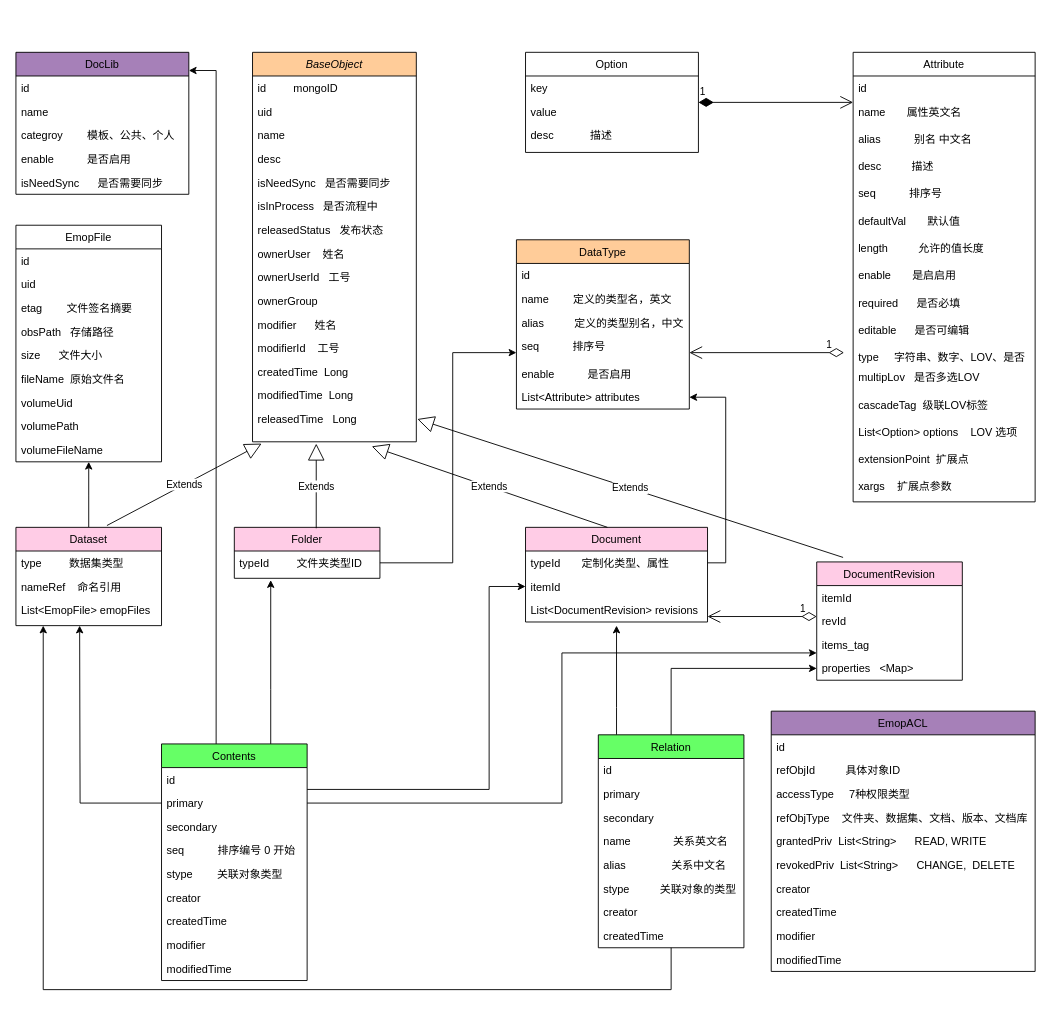
lvmq/emop keeps this draw.io diagram as doc.drawio. Above is the earlier version. Source tidied: cells renumbered, new cells numbered last; positions are measured from the earlier drawing's top-left corner, leaving out a move shared by most shapes. Both pictures are drawn from the tidied source at 91%, with x=0, y=0 at pixel (15, 52).
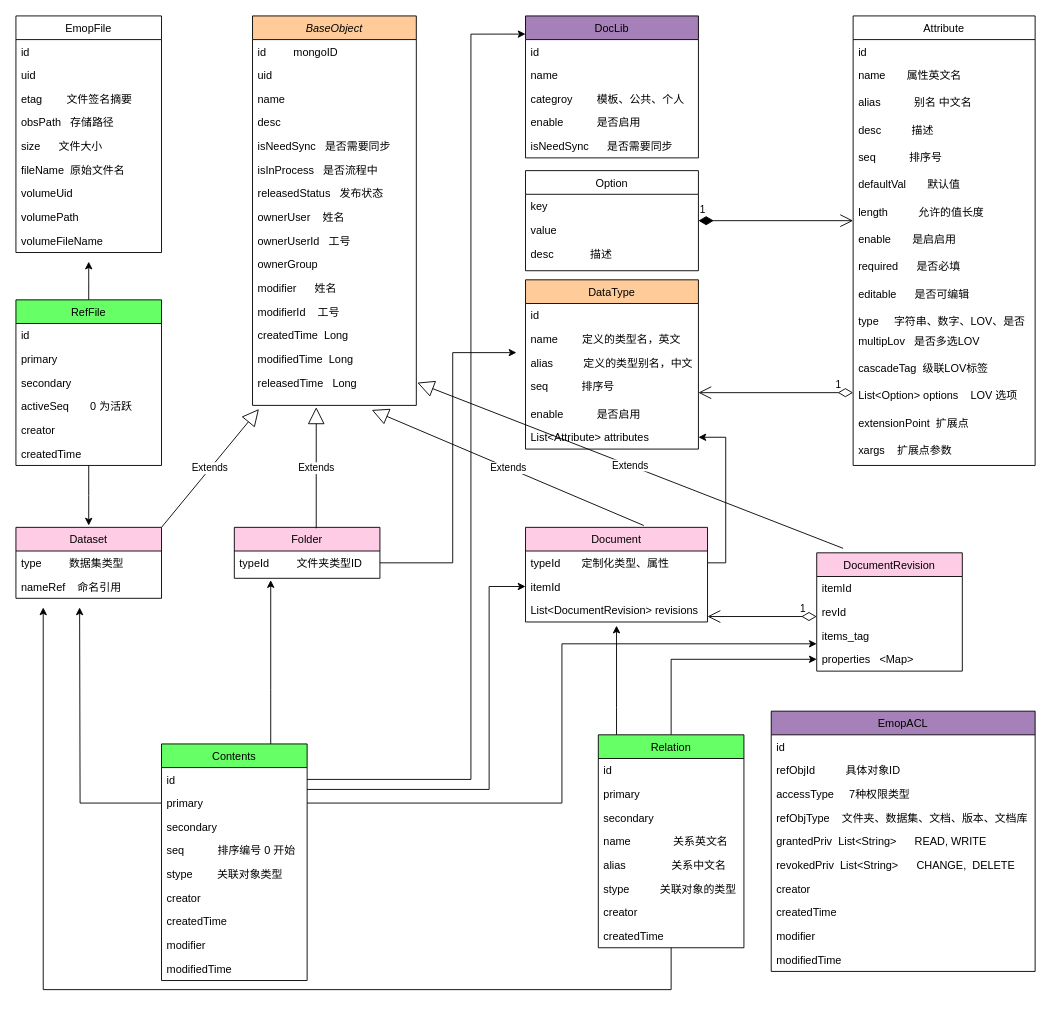
After the change.

Commit message:
add ref file relation

Unchanged cells that the change refers to:
```xml
<mxCell id="17" value="releasedTime   Long" style="text;align=left;verticalAlign=top;spacingLeft=4;spacingRight=4;overflow=hidden;points=[[0,0.5],[1,0.5]];portConstraint=eastwest;rounded=0;shadow=0;html=0;" parent="2" vertex="1">
  <mxGeometry y="390" width="180" height="38" as="geometry" />
</mxCell>
<mxCell id="46" value="Contents" style="swimlane;fontStyle=0;align=center;verticalAlign=top;horizontal=1;startSize=26;rounded=0;shadow=0;strokeWidth=1;fillColor=#66FF66;" parent="1" vertex="1">
  <mxGeometry x="160" y="760" width="160" height="260" as="geometry" />
</mxCell>
<mxCell id="47" value="id" style="text;align=left;verticalAlign=top;spacingLeft=4;spacingRight=4;overflow=hidden;points=[[0,0.5],[1,0.5]];portConstraint=eastwest;" parent="46" vertex="1">
  <mxGeometry y="26" width="160" height="26" as="geometry" />
</mxCell>
<mxCell id="48" value="primary" style="text;align=left;verticalAlign=top;spacingLeft=4;spacingRight=4;overflow=hidden;points=[[0,0.5],[1,0.5]];portConstraint=eastwest;" parent="46" vertex="1">
  <mxGeometry y="52" width="160" height="26" as="geometry" />
</mxCell>
<mxCell id="66" value="createdTime" style="text;align=left;verticalAlign=top;spacingLeft=4;spacingRight=4;overflow=hidden;points=[[0,0.5],[1,0.5]];portConstraint=eastwest;" parent="58" vertex="1">
  <mxGeometry y="208" width="160" height="26" as="geometry" />
</mxCell>
```

Diff of the diagram source:
```diff
@@
     <mxCell id="2" value="BaseObject&#10;" style="swimlane;fontStyle=2;align=center;verticalAlign=top;horizontal=1;startSize=26;rounded=0;shadow=0;strokeWidth=1;fillColor=#FFCC99;" parent="1" vertex="1">
-      <mxGeometry x="260" width="180" height="428" as="geometry" />
+      <mxGeometry x="260" y="-40" width="180" height="428" as="geometry" />
     </mxCell>
@@
-    <mxCell id="18" style="edgeStyle=orthogonalEdgeStyle;rounded=0;jettySize=auto;html=1;" parent="1" edge="1" source="19">
-      <mxGeometry relative="1" as="geometry">
-        <mxPoint x="80" y="450" as="targetPoint" />
-      </mxGeometry>
-    </mxCell>
     <mxCell id="19" value="Dataset&#10;" style="swimlane;fontStyle=0;align=center;verticalAlign=top;horizontal=1;startSize=26;rounded=0;shadow=0;strokeWidth=1;fillColor=#FFCCE6;" parent="1" vertex="1">
-      <mxGeometry y="522" width="160" height="108" as="geometry" />
+      <mxGeometry y="522" width="160" height="78" as="geometry" />
     </mxCell>
@@
-    <mxCell id="22" value="List&lt;EmopFile&gt; emopFiles" style="text;align=left;verticalAlign=top;spacingLeft=4;spacingRight=4;overflow=hidden;" parent="19" vertex="1">
-      <mxGeometry y="78" width="160" height="26" as="geometry" />
-    </mxCell>
@@
     <mxCell id="29" value="DocumentRevision" style="swimlane;fontStyle=0;align=center;verticalAlign=top;horizontal=1;startSize=26;rounded=0;shadow=0;strokeWidth=1;fillColor=#FFCCE6;" parent="1" vertex="1">
-      <mxGeometry x="880" y="560" width="160" height="130" as="geometry" />
+      <mxGeometry x="880" y="550" width="160" height="130" as="geometry" />
     </mxCell>
@@
     <mxCell id="34" value="EmopFile" style="swimlane;fontStyle=0;align=center;verticalAlign=top;horizontal=1;startSize=26;rounded=0;shadow=0;strokeWidth=1;" parent="1" vertex="1">
-      <mxGeometry y="190" width="160" height="260" as="geometry" />
+      <mxGeometry y="-40" width="160" height="260" as="geometry" />
     </mxCell>
@@
-    <mxCell id="45" style="edgeStyle=orthogonalEdgeStyle;rounded=0;jettySize=auto;html=1;entryX=1;entryY=0.128;entryDx=0;entryDy=0;entryPerimeter=0;" parent="1" edge="1" source="46" target="92">
-      <mxGeometry relative="1" as="geometry">
-        <Array as="points">
-          <mxPoint x="220" y="20" />
-        </Array>
-      </mxGeometry>
-    </mxCell>
@@
     <mxCell id="67" value="DataType" style="swimlane;fontStyle=0;align=center;verticalAlign=top;horizontal=1;startSize=26;rounded=0;shadow=0;strokeWidth=1;fillColor=#FFCC99;" parent="1" vertex="1">
-      <mxGeometry x="550" y="206" width="190" height="186" as="geometry" />
+      <mxGeometry x="560" y="250" width="190" height="186" as="geometry" />
     </mxCell>
@@
     <mxCell id="74" value="Attribute" style="swimlane;fontStyle=0;align=center;verticalAlign=top;horizontal=1;startSize=26;rounded=0;shadow=0;strokeWidth=1;" parent="1" vertex="1">
-      <mxGeometry x="920" width="200" height="494" as="geometry" />
+      <mxGeometry x="920" y="-40" width="200" height="494" as="geometry" />
     </mxCell>
@@
     <mxCell id="91" value="1" style="endArrow=open;html=1;endSize=12;startArrow=diamondThin;startSize=14;startFill=1;edgeStyle=orthogonalEdgeStyle;align=left;verticalAlign=bottom;rounded=0;" parent="1" edge="1">
       <mxGeometry x="-1" y="3" relative="1" as="geometry">
-        <mxPoint x="750" y="55" as="sourcePoint" />
-        <mxPoint x="920" y="55" as="targetPoint" />
+        <mxPoint x="750" y="185" as="sourcePoint" />
+        <mxPoint x="920" y="185" as="targetPoint" />
         <Array as="points">
-          <mxPoint x="910" y="55.5" />
-          <mxPoint x="910" y="55.5" />
+          <mxPoint x="910" y="185.5" />
+          <mxPoint x="910" y="185.5" />
         </Array>
       </mxGeometry>
     </mxCell>
     <mxCell id="92" value="DocLib" style="swimlane;fontStyle=0;align=center;verticalAlign=top;horizontal=1;startSize=26;rounded=0;shadow=0;strokeWidth=1;fillColor=#A680B8;" parent="1" vertex="1">
-      <mxGeometry width="190" height="156" as="geometry" />
+      <mxGeometry x="560" y="-40" width="190" height="156" as="geometry" />
     </mxCell>
@@
     <mxCell id="98" value="Option" style="swimlane;fontStyle=0;align=center;verticalAlign=top;horizontal=1;startSize=26;rounded=0;shadow=0;strokeWidth=1;" parent="1" vertex="1">
-      <mxGeometry x="560" width="190" height="110" as="geometry" />
+      <mxGeometry x="560" y="130" width="190" height="110" as="geometry" />
     </mxCell>
@@
     <mxCell id="102" value="1" style="endArrow=open;html=1;endSize=12;startArrow=diamondThin;startSize=14;startFill=0;edgeStyle=orthogonalEdgeStyle;align=left;verticalAlign=bottom;rounded=0;" parent="1" edge="1">
       <mxGeometry x="-0.75" relative="1" as="geometry">
-        <mxPoint x="910" y="330" as="sourcePoint" />
-        <mxPoint x="740" y="330" as="targetPoint" />
+        <mxPoint x="920" y="374" as="sourcePoint" />
+        <mxPoint x="750" y="374" as="targetPoint" />
       </mxGeometry>
     </mxCell>
     <mxCell id="103" style="edgeStyle=orthogonalEdgeStyle;rounded=0;jettySize=auto;html=1;" parent="1" edge="1" source="48">
       <mxGeometry relative="1" as="geometry">
-        <mxPoint x="70" y="630" as="targetPoint" />
+        <mxPoint x="70" y="610" as="targetPoint" />
       </mxGeometry>
     </mxCell>
@@
     <mxCell id="107" style="edgeStyle=orthogonalEdgeStyle;rounded=0;jettySize=auto;html=1;" parent="1" edge="1" source="66">
       <mxGeometry relative="1" as="geometry">
-        <mxPoint x="30" y="630" as="targetPoint" />
+        <mxPoint x="30" y="610" as="targetPoint" />
         <Array as="points">
           <mxPoint x="720" y="1030" />
           <mxPoint x="30" y="1030" />
         </Array>
       </mxGeometry>
     </mxCell>
-    <mxCell id="108" value="Extends" style="endArrow=block;endSize=16;endFill=0;html=1;rounded=0;" parent="1" edge="1">
-      <mxGeometry relative="1" as="geometry">
-        <mxPoint x="100" y="520" as="sourcePoint" />
-        <mxPoint x="270" y="430" as="targetPoint" />
-      </mxGeometry>
+    <mxCell id="108" value="Extends" style="endArrow=block;endSize=16;endFill=0;html=1;rounded=0;entryX=0.039;entryY=1.105;entryDx=0;entryDy=0;entryPerimeter=0;exitX=1;exitY=0;exitDx=0;exitDy=0;" parent="1" edge="1" source="19" target="17">
+      <mxGeometry relative="1" as="geometry" />
     </mxCell>
@@
     <mxCell id="110" value="Extends" style="endArrow=block;endSize=16;endFill=0;html=1;rounded=0;entryX=0.728;entryY=1.132;entryDx=0;entryDy=0;entryPerimeter=0;" parent="1" edge="1" target="17">
       <mxGeometry relative="1" as="geometry">
-        <mxPoint x="650" y="522" as="sourcePoint" />
+        <mxPoint x="690" y="520" as="sourcePoint" />
       </mxGeometry>
     </mxCell>
@@
+    <mxCell id="125" style="edgeStyle=orthogonalEdgeStyle;rounded=0;jettySize=auto;html=1;" parent="1" edge="1" source="127">
+      <mxGeometry relative="1" as="geometry">
+        <mxPoint x="80" y="520" as="targetPoint" />
+      </mxGeometry>
+    </mxCell>
+    <mxCell id="126" style="edgeStyle=orthogonalEdgeStyle;rounded=0;jettySize=auto;html=1;" parent="1" edge="1" source="127">
+      <mxGeometry relative="1" as="geometry">
+        <mxPoint x="80" y="230" as="targetPoint" />
+      </mxGeometry>
+    </mxCell>
+    <mxCell id="127" value="RefFile" style="swimlane;fontStyle=0;align=center;verticalAlign=top;horizontal=1;startSize=26;rounded=0;shadow=0;strokeWidth=1;fillColor=#66FF66;" parent="1" vertex="1">
+      <mxGeometry y="272" width="160" height="182" as="geometry" />
+    </mxCell>
+    <mxCell id="128" value="id" style="text;align=left;verticalAlign=top;spacingLeft=4;spacingRight=4;overflow=hidden;" parent="127" vertex="1">
+      <mxGeometry y="26" width="160" height="26" as="geometry" />
+    </mxCell>
+    <mxCell id="129" value="primary" style="text;align=left;verticalAlign=top;spacingLeft=4;spacingRight=4;overflow=hidden;" parent="127" vertex="1">
+      <mxGeometry y="52" width="160" height="26" as="geometry" />
+    </mxCell>
+    <mxCell id="130" value="secondary" style="text;align=left;verticalAlign=top;spacingLeft=4;spacingRight=4;overflow=hidden;" parent="127" vertex="1">
+      <mxGeometry y="78" width="160" height="26" as="geometry" />
+    </mxCell>
+    <mxCell id="131" value="activeSeq       0 为活跃" style="text;align=left;verticalAlign=top;spacingLeft=4;spacingRight=4;overflow=hidden;" parent="127" vertex="1">
+      <mxGeometry y="104" width="160" height="26" as="geometry" />
+    </mxCell>
+    <mxCell id="132" value="creator" style="text;align=left;verticalAlign=top;spacingLeft=4;spacingRight=4;overflow=hidden;" parent="127" vertex="1">
+      <mxGeometry y="130" width="160" height="26" as="geometry" />
+    </mxCell>
+    <mxCell id="133" value="createdTime" style="text;align=left;verticalAlign=top;spacingLeft=4;spacingRight=4;overflow=hidden;" parent="127" vertex="1">
+      <mxGeometry y="156" width="160" height="26" as="geometry" />
+    </mxCell>
+    <mxCell id="134" style="edgeStyle=orthogonalEdgeStyle;rounded=0;jettySize=auto;html=1;entryX=0;entryY=0.128;entryDx=0;entryDy=0;entryPerimeter=0;" parent="1" edge="1" source="47" target="92">
+      <mxGeometry relative="1" as="geometry">
+        <Array as="points">
+          <mxPoint x="500" y="799" />
+          <mxPoint x="500" y="-20" />
+        </Array>
+      </mxGeometry>
+    </mxCell>
```
